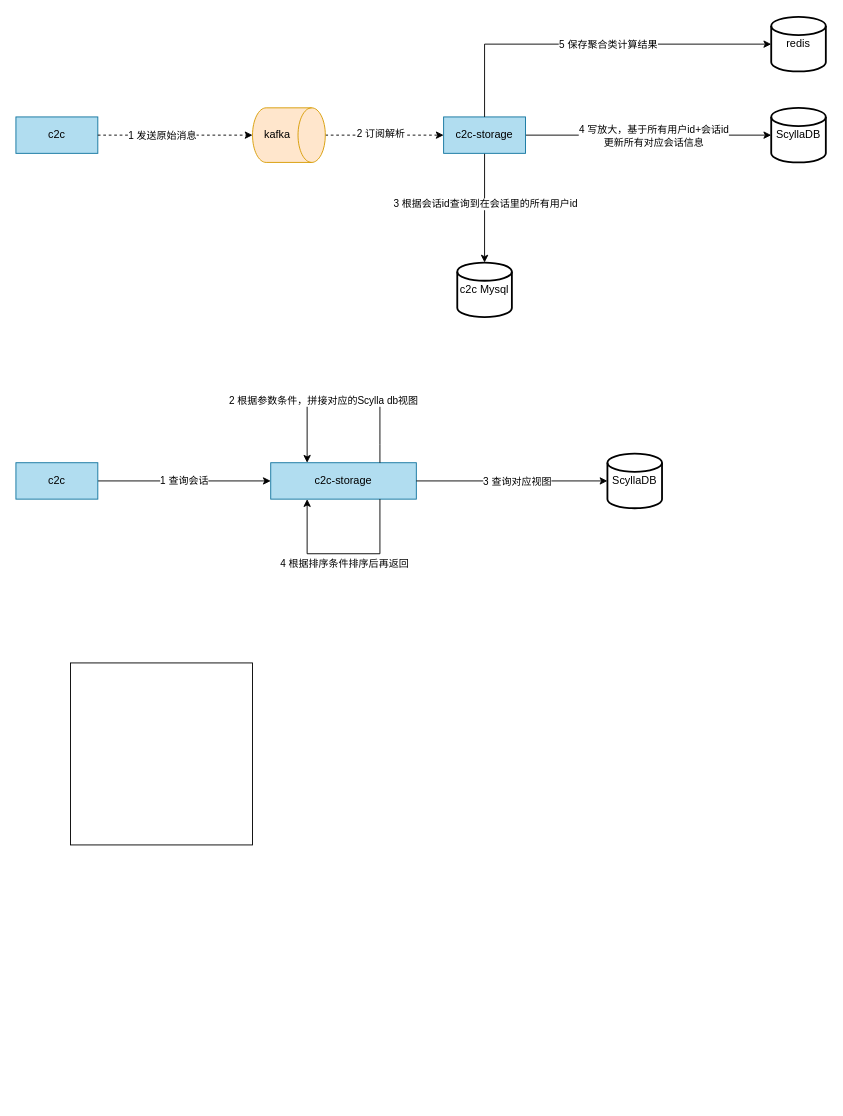
Earlier version of the draw.io diagram doc/c2c-message.drawio (jackjoesh/databend). Source tidied: cells renumbered, new cells numbered last; positions are measured from the earlier drawing's top-left corner, leaving out a move shared by most shapes. Both pictures are drawn from the tidied source at 91%, with x=0, y=0 at pixel (15, 16).
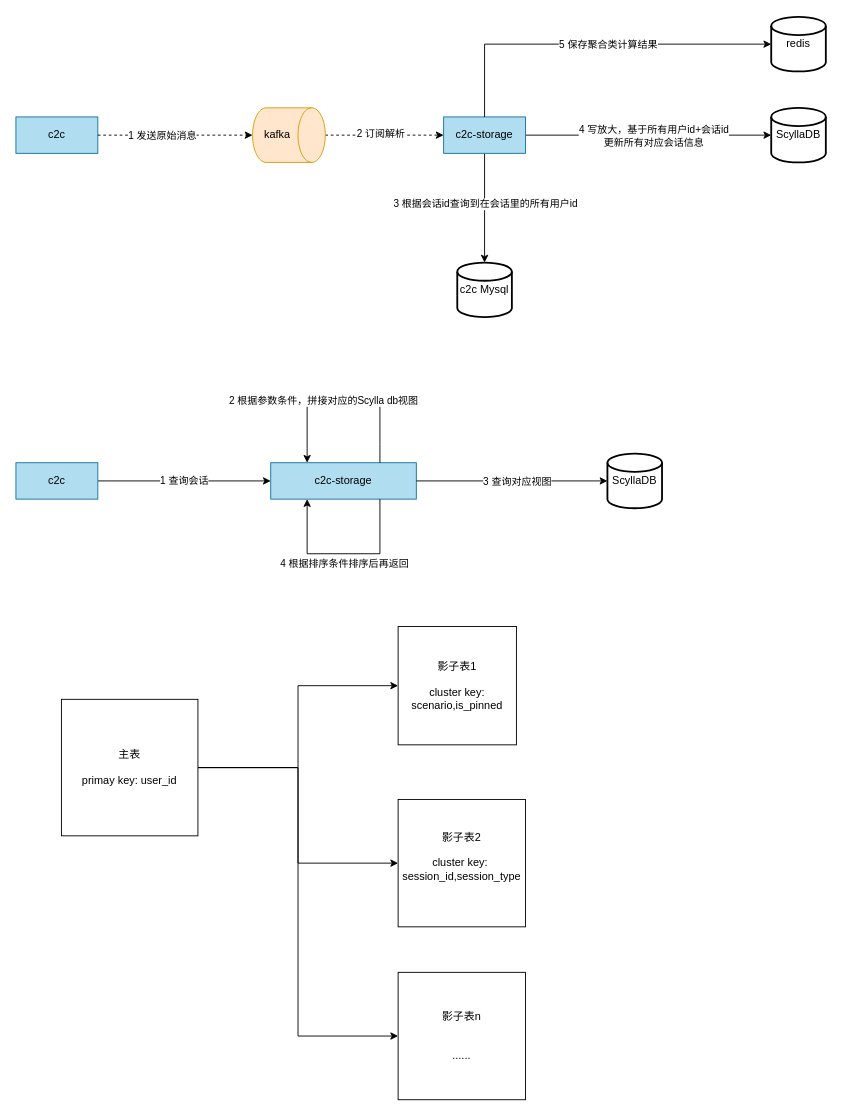
Above is the later version.

Change to the diagram source:
```diff
@@
+    <mxCell id="29" style="edgeStyle=orthogonalEdgeStyle;rounded=0;jettySize=auto;html=1;exitX=1;exitY=0.5;exitDx=0;exitDy=0;entryX=0;entryY=0.5;entryDx=0;entryDy=0;" parent="1" edge="1" source="25" target="32">
+      <mxGeometry relative="1" as="geometry" />
+    </mxCell>
+    <mxCell id="30" style="edgeStyle=orthogonalEdgeStyle;rounded=0;jettySize=auto;html=1;exitX=1;exitY=0.5;exitDx=0;exitDy=0;" parent="1" edge="1" source="25" target="33">
+      <mxGeometry relative="1" as="geometry" />
+    </mxCell>
+    <mxCell id="31" style="edgeStyle=orthogonalEdgeStyle;rounded=0;jettySize=auto;html=1;exitX=1;exitY=0.5;exitDx=0;exitDy=0;entryX=0;entryY=0.5;entryDx=0;entryDy=0;" parent="1" edge="1" source="25" target="34">
+      <mxGeometry relative="1" as="geometry" />
+    </mxCell>
-    <mxCell id="25" style="whiteSpace=wrap;html=1;" parent="1" vertex="1">
-      <mxGeometry x="60" y="710" width="200" height="200" as="geometry" />
+    <mxCell id="25" value="主表&lt;div&gt;&lt;br&gt;&lt;/div&gt;&lt;div&gt;primay key: user_id&lt;/div&gt;" style="whiteSpace=wrap;html=1;" parent="1" vertex="1">
+      <mxGeometry x="50" y="750" width="150" height="150" as="geometry" />
     </mxCell>
@@
+    <mxCell id="32" value="影子表1&lt;div&gt;&lt;br&gt;&lt;/div&gt;&lt;div&gt;cluster key: scenario,is_pinned&lt;/div&gt;" style="whiteSpace=wrap;html=1;" parent="1" vertex="1">
+      <mxGeometry x="420" y="670" width="130" height="130" as="geometry" />
+    </mxCell>
+    <mxCell id="33" value="影子表2&lt;div&gt;&lt;br&gt;&lt;/div&gt;&lt;div&gt;cluster key:&amp;nbsp;&lt;/div&gt;&lt;div&gt;&lt;span style=&quot;background-color: transparent;&quot;&gt;session_id,session_type&lt;/span&gt;&lt;/div&gt;&lt;div&gt;&lt;span style=&quot;background-color: transparent; color: light-dark(rgb(0, 0, 0), rgb(255, 255, 255));&quot;&gt;&lt;br&gt;&lt;/span&gt;&lt;/div&gt;" style="whiteSpace=wrap;html=1;" parent="1" vertex="1">
+      <mxGeometry x="420" y="860" width="140" height="140" as="geometry" />
+    </mxCell>
+    <mxCell id="34" value="影子表n&lt;div&gt;&lt;br&gt;&lt;/div&gt;&lt;div&gt;&lt;br&gt;&lt;/div&gt;&lt;div&gt;......&lt;/div&gt;" style="whiteSpace=wrap;html=1;" parent="1" vertex="1">
+      <mxGeometry x="420" y="1050" width="140" height="140" as="geometry" />
+    </mxCell>
```
